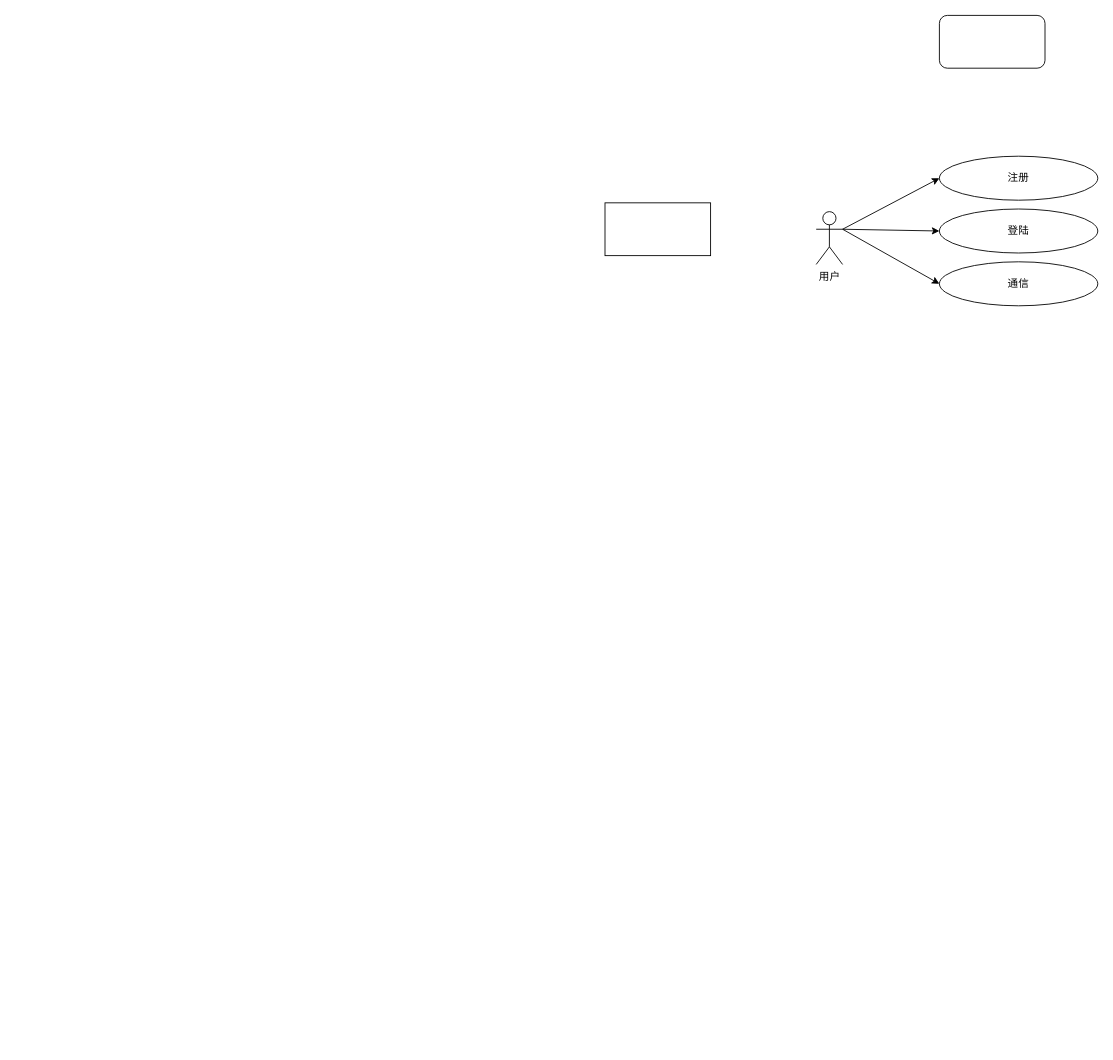
Before: 答辩.drawio in fengyouliang/drawio, a draw.io diagram. Source tidied: cells renumbered, new cells numbered last; positions are measured from the earlier drawing's top-left corner, leaving out a move shared by most shapes. Both pictures are drawn from the tidied source at 88%, with x=0, y=0 at pixel (605, 15).
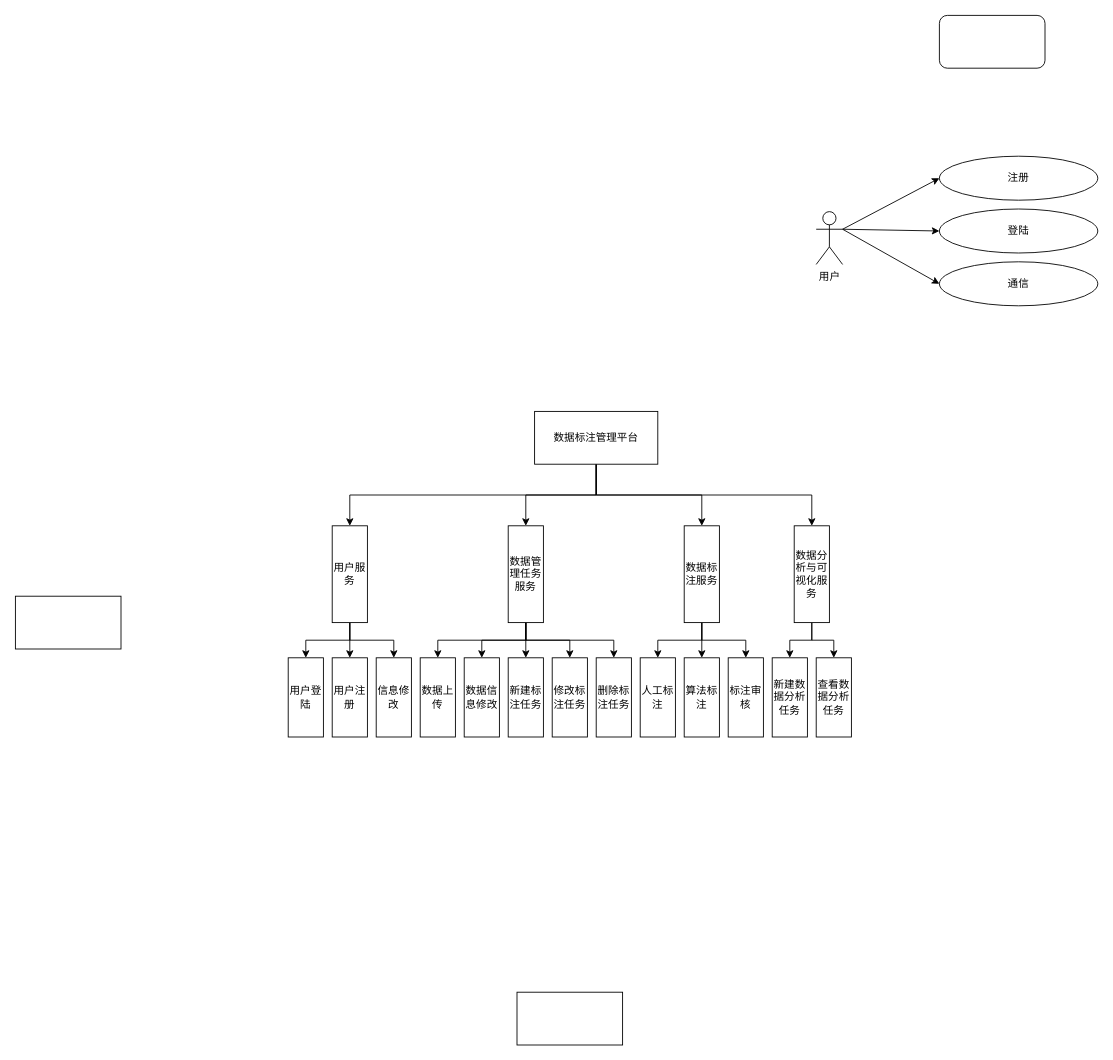
The same diagram, later.

The edit, as a diff of the source:
```diff
@@
     <mxCell id="10" style="rounded=0;whiteSpace=wrap;html=1;" parent="1" vertex="1">
-      <mxGeometry y="213" width="120" height="60" as="geometry" />
+      <mxGeometry x="-670" y="660" width="120" height="60" as="geometry" />
     </mxCell>
+    <mxCell id="11" style="edgeStyle=orthogonalEdgeStyle;rounded=0;jettySize=auto;html=1;entryX=0.5;entryY=0;entryDx=0;entryDy=0;" parent="1" edge="1" source="15" target="28">
+      <mxGeometry relative="1" as="geometry" />
+    </mxCell>
+    <mxCell id="12" style="edgeStyle=orthogonalEdgeStyle;rounded=0;jettySize=auto;html=1;exitX=0.5;exitY=1;exitDx=0;exitDy=0;entryX=0.5;entryY=0;entryDx=0;entryDy=0;" parent="1" edge="1" source="15" target="22">
+      <mxGeometry relative="1" as="geometry" />
+    </mxCell>
+    <mxCell id="13" style="edgeStyle=orthogonalEdgeStyle;rounded=0;jettySize=auto;html=1;exitX=0.5;exitY=1;exitDx=0;exitDy=0;entryX=0.5;entryY=0;entryDx=0;entryDy=0;" parent="1" edge="1" source="15" target="32">
+      <mxGeometry relative="1" as="geometry" />
+    </mxCell>
+    <mxCell id="14" style="edgeStyle=orthogonalEdgeStyle;rounded=0;jettySize=auto;html=1;exitX=0.5;exitY=1;exitDx=0;exitDy=0;entryX=0.5;entryY=0;entryDx=0;entryDy=0;" parent="1" edge="1" source="15" target="18">
+      <mxGeometry relative="1" as="geometry" />
+    </mxCell>
+    <mxCell id="15" value="数据标注管理平台" style="rounded=0;whiteSpace=wrap;html=1;" parent="1" vertex="1">
+      <mxGeometry x="-80" y="450" width="140" height="60" as="geometry" />
+    </mxCell>
+    <mxCell id="16" style="edgeStyle=orthogonalEdgeStyle;rounded=0;jettySize=auto;html=1;exitX=0.5;exitY=1;exitDx=0;exitDy=0;" parent="1" edge="1" source="18" target="44">
+      <mxGeometry relative="1" as="geometry" />
+    </mxCell>
+    <mxCell id="17" style="edgeStyle=orthogonalEdgeStyle;rounded=0;jettySize=auto;html=1;exitX=0.5;exitY=1;exitDx=0;exitDy=0;entryX=0.5;entryY=0;entryDx=0;entryDy=0;" parent="1" edge="1" source="18" target="45">
+      <mxGeometry relative="1" as="geometry" />
+    </mxCell>
+    <mxCell id="18" value="数据分析与可视化服务" style="rounded=0;whiteSpace=wrap;html=1;" parent="1" vertex="1">
+      <mxGeometry x="215" y="580" width="40" height="110" as="geometry" />
+    </mxCell>
+    <mxCell id="19" style="edgeStyle=orthogonalEdgeStyle;rounded=0;jettySize=auto;html=1;exitX=0.5;exitY=1;exitDx=0;exitDy=0;entryX=0.5;entryY=0;entryDx=0;entryDy=0;" parent="1" edge="1" source="22" target="41">
+      <mxGeometry relative="1" as="geometry" />
+    </mxCell>
+    <mxCell id="20" style="edgeStyle=orthogonalEdgeStyle;rounded=0;jettySize=auto;html=1;exitX=0.5;exitY=1;exitDx=0;exitDy=0;entryX=0.5;entryY=0;entryDx=0;entryDy=0;" parent="1" edge="1" source="22" target="42">
+      <mxGeometry relative="1" as="geometry" />
+    </mxCell>
+    <mxCell id="21" style="edgeStyle=orthogonalEdgeStyle;rounded=0;jettySize=auto;html=1;exitX=0.5;exitY=1;exitDx=0;exitDy=0;" parent="1" edge="1" source="22" target="43">
+      <mxGeometry relative="1" as="geometry" />
+    </mxCell>
+    <mxCell id="22" value="数据标注服务" style="rounded=0;whiteSpace=wrap;html=1;" parent="1" vertex="1">
+      <mxGeometry x="90" y="580" width="40" height="110" as="geometry" />
+    </mxCell>
+    <mxCell id="23" style="edgeStyle=orthogonalEdgeStyle;rounded=0;jettySize=auto;html=1;exitX=0.5;exitY=1;exitDx=0;exitDy=0;entryX=0.5;entryY=0;entryDx=0;entryDy=0;" parent="1" edge="1" source="28" target="37">
+      <mxGeometry relative="1" as="geometry" />
+    </mxCell>
+    <mxCell id="24" style="edgeStyle=orthogonalEdgeStyle;rounded=0;jettySize=auto;html=1;exitX=0.5;exitY=1;exitDx=0;exitDy=0;entryX=0.5;entryY=0;entryDx=0;entryDy=0;" parent="1" edge="1" source="28" target="36">
+      <mxGeometry relative="1" as="geometry" />
+    </mxCell>
+    <mxCell id="25" style="edgeStyle=orthogonalEdgeStyle;rounded=0;jettySize=auto;html=1;exitX=0.5;exitY=1;exitDx=0;exitDy=0;" parent="1" edge="1" source="28" target="38">
+      <mxGeometry relative="1" as="geometry" />
+    </mxCell>
+    <mxCell id="26" style="edgeStyle=orthogonalEdgeStyle;rounded=0;jettySize=auto;html=1;exitX=0.5;exitY=1;exitDx=0;exitDy=0;entryX=0.5;entryY=0;entryDx=0;entryDy=0;" parent="1" edge="1" source="28" target="39">
+      <mxGeometry relative="1" as="geometry" />
+    </mxCell>
+    <mxCell id="27" style="edgeStyle=orthogonalEdgeStyle;rounded=0;jettySize=auto;html=1;exitX=0.5;exitY=1;exitDx=0;exitDy=0;entryX=0.5;entryY=0;entryDx=0;entryDy=0;" parent="1" edge="1" source="28" target="40">
+      <mxGeometry relative="1" as="geometry" />
+    </mxCell>
+    <mxCell id="28" value="数据管理任务服务" style="rounded=0;whiteSpace=wrap;html=1;" parent="1" vertex="1">
+      <mxGeometry x="-110" y="580" width="40" height="110" as="geometry" />
+    </mxCell>
+    <mxCell id="29" style="edgeStyle=orthogonalEdgeStyle;rounded=0;jettySize=auto;html=1;exitX=0.5;exitY=1;exitDx=0;exitDy=0;entryX=0.5;entryY=0;entryDx=0;entryDy=0;" parent="1" edge="1" source="32" target="33">
+      <mxGeometry relative="1" as="geometry" />
+    </mxCell>
+    <mxCell id="30" style="edgeStyle=orthogonalEdgeStyle;rounded=0;jettySize=auto;html=1;exitX=0.5;exitY=1;exitDx=0;exitDy=0;entryX=0.5;entryY=0;entryDx=0;entryDy=0;" parent="1" edge="1" source="32" target="34">
+      <mxGeometry relative="1" as="geometry" />
+    </mxCell>
+    <mxCell id="31" style="edgeStyle=orthogonalEdgeStyle;rounded=0;jettySize=auto;html=1;exitX=0.5;exitY=1;exitDx=0;exitDy=0;entryX=0.5;entryY=0;entryDx=0;entryDy=0;" parent="1" edge="1" source="32" target="35">
+      <mxGeometry relative="1" as="geometry" />
+    </mxCell>
+    <mxCell id="32" value="用户服务" style="rounded=0;whiteSpace=wrap;html=1;" parent="1" vertex="1">
+      <mxGeometry x="-310" y="580" width="40" height="110" as="geometry" />
+    </mxCell>
+    <mxCell id="33" value="用户登陆" style="rounded=0;whiteSpace=wrap;html=1;" parent="1" vertex="1">
+      <mxGeometry x="-360" y="730" width="40" height="90" as="geometry" />
+    </mxCell>
+    <mxCell id="34" value="用户注册" style="rounded=0;whiteSpace=wrap;html=1;" parent="1" vertex="1">
+      <mxGeometry x="-310" y="730" width="40" height="90" as="geometry" />
+    </mxCell>
+    <mxCell id="35" value="信息修改" style="rounded=0;whiteSpace=wrap;html=1;" parent="1" vertex="1">
+      <mxGeometry x="-260" y="730" width="40" height="90" as="geometry" />
+    </mxCell>
+    <mxCell id="36" value="数据上传" style="rounded=0;whiteSpace=wrap;html=1;" parent="1" vertex="1">
+      <mxGeometry x="-210" y="730" width="40" height="90" as="geometry" />
+    </mxCell>
+    <mxCell id="37" value="数据信息修改" style="rounded=0;whiteSpace=wrap;html=1;" parent="1" vertex="1">
+      <mxGeometry x="-160" y="730" width="40" height="90" as="geometry" />
+    </mxCell>
+    <mxCell id="38" value="新建标注任务" style="rounded=0;whiteSpace=wrap;html=1;" parent="1" vertex="1">
+      <mxGeometry x="-110" y="730" width="40" height="90" as="geometry" />
+    </mxCell>
+    <mxCell id="39" value="修改标注任务" style="rounded=0;whiteSpace=wrap;html=1;" parent="1" vertex="1">
+      <mxGeometry x="-60" y="730" width="40" height="90" as="geometry" />
+    </mxCell>
+    <mxCell id="40" value="删除标注任务" style="rounded=0;whiteSpace=wrap;html=1;" parent="1" vertex="1">
+      <mxGeometry x="-10" y="730" width="40" height="90" as="geometry" />
+    </mxCell>
+    <mxCell id="41" value="人工标注" style="rounded=0;whiteSpace=wrap;html=1;" parent="1" vertex="1">
+      <mxGeometry x="40" y="730" width="40" height="90" as="geometry" />
+    </mxCell>
+    <mxCell id="42" value="算法标注" style="rounded=0;whiteSpace=wrap;html=1;" parent="1" vertex="1">
+      <mxGeometry x="90" y="730" width="40" height="90" as="geometry" />
+    </mxCell>
+    <mxCell id="43" value="标注审核" style="rounded=0;whiteSpace=wrap;html=1;" parent="1" vertex="1">
+      <mxGeometry x="140" y="730" width="40" height="90" as="geometry" />
+    </mxCell>
+    <mxCell id="44" value="新建数据分析任务" style="rounded=0;whiteSpace=wrap;html=1;" parent="1" vertex="1">
+      <mxGeometry x="190" y="730" width="40" height="90" as="geometry" />
+    </mxCell>
+    <mxCell id="45" value="查看数据分析任务" style="rounded=0;whiteSpace=wrap;html=1;" parent="1" vertex="1">
+      <mxGeometry x="240" y="730" width="40" height="90" as="geometry" />
+    </mxCell>
+    <mxCell id="46" style="rounded=0;whiteSpace=wrap;html=1;" parent="1" vertex="1">
+      <mxGeometry x="-100" y="1110" width="120" height="60" as="geometry" />
+    </mxCell>
```
